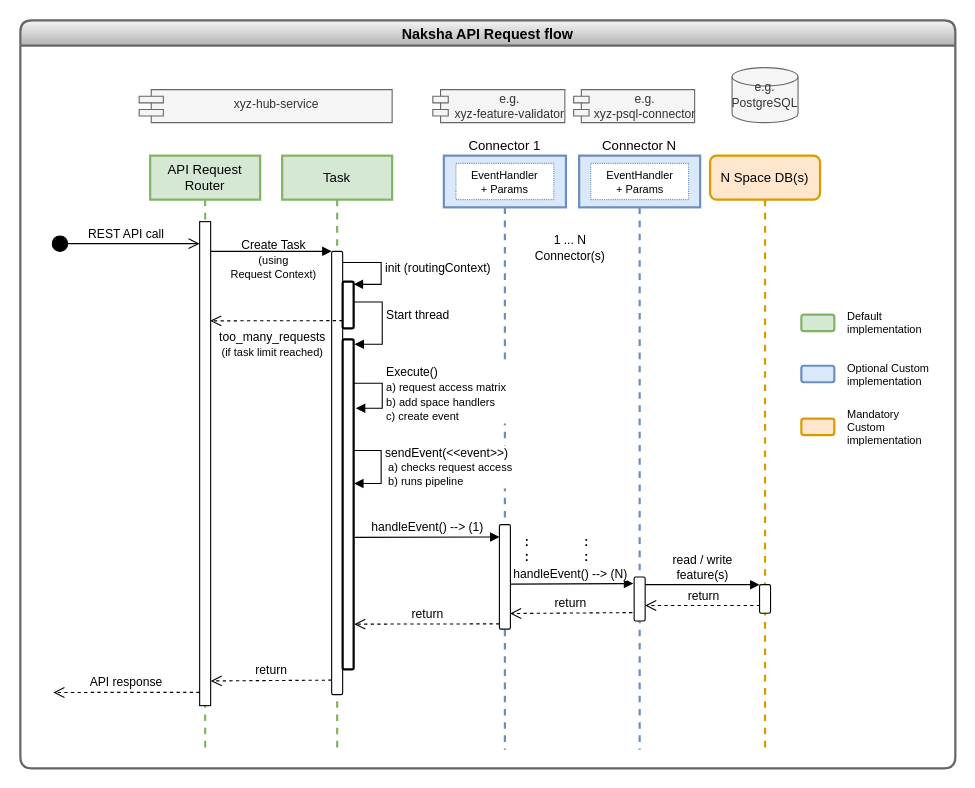
Earlier version of the draw.io diagram docs/diagrams/api_request_flow.drawio (heremaps/xyz-hub). Source tidied: cells renumbered, new cells numbered last; positions are measured from the earlier drawing's top-left corner, leaving out a move shared by most shapes. Both pictures are drawn from the tidied source at 110%, with x=0, y=0 at pixel (20, 20).
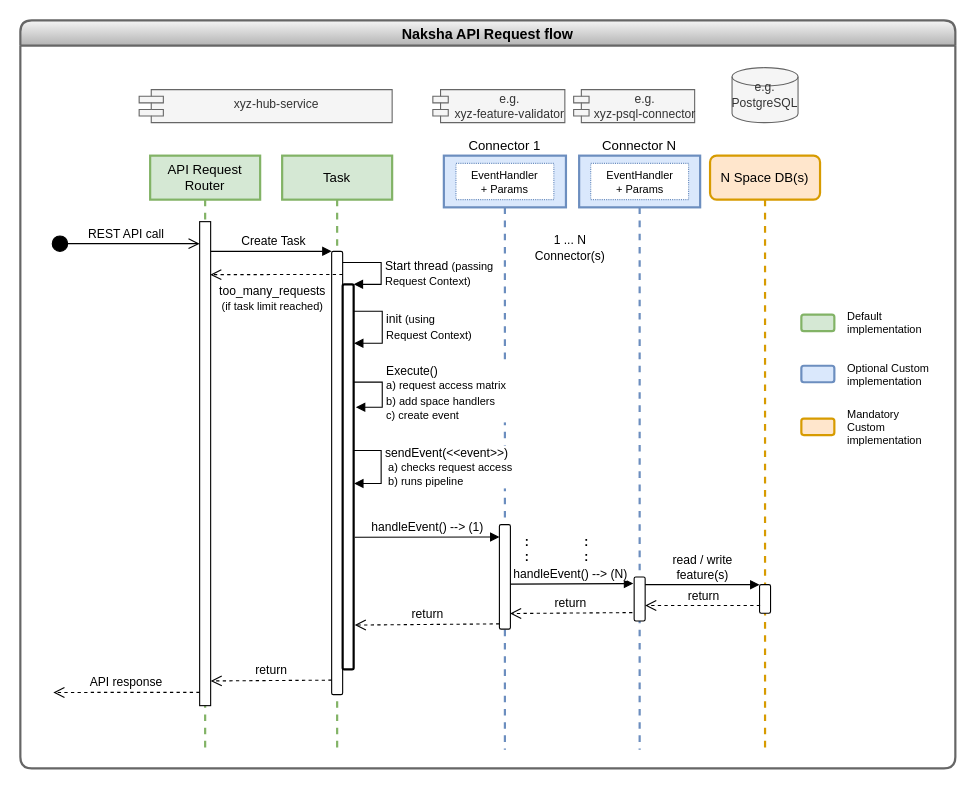
The same page after the edit.

Commit message (it also covers changes not shown here):
Updated request flow diagram

Unchanged cells that the change refers to:
```xml
<mxCell id="3" style="html=1;points=[];perimeter=orthogonalPerimeter;" parent="2" vertex="1">
  <mxGeometry x="45" y="60" width="10" height="440" as="geometry" />
</mxCell>
<mxCell id="5" value="Task" style="shape=umlLifeline;perimeter=lifelinePerimeter;whiteSpace=wrap;html=1;fillColor=#d5e8d4;strokeColor=#82b366;strokeWidth=2;" parent="1" vertex="1">
  <mxGeometry x="238" y="123" width="100" height="540" as="geometry" />
</mxCell>
<mxCell id="6" style="html=1;points=[];perimeter=orthogonalPerimeter;rounded=1;shadow=0;sketch=0;fontSize=11;strokeColor=#000000;strokeWidth=1;" parent="5" vertex="1">
  <mxGeometry x="45" y="87" width="10" height="403" as="geometry" />
</mxCell>
<mxCell id="12" value="Naksha API Request flow" style="swimlane;rounded=1;shadow=0;sketch=0;fontSize=13;strokeWidth=2;fillColor=#f5f5f5;gradientColor=#b3b3b3;strokeColor=#666666;" parent="1" vertex="1">
  <mxGeometry width="850" height="680" as="geometry" />
</mxCell>
<mxCell id="22" style="html=1;points=[];perimeter=orthogonalPerimeter;rounded=1;shadow=0;sketch=0;fontSize=11;strokeColor=#000000;strokeWidth=1;" parent="21" vertex="1">
  <mxGeometry x="50.5" y="335.4" width="10" height="95" as="geometry" />
</mxCell>
```

Change to the diagram source:
```diff
@@
-    <mxCell id="7" value="init (routingContext)" style="edgeStyle=orthogonalEdgeStyle;html=1;align=left;spacingLeft=2;endArrow=block;rounded=0;entryX=1;entryY=0;fontSize=11;exitX=1;exitY=0.025;exitDx=0;exitDy=0;exitPerimeter=0;" parent="5" edge="1" source="6">
-      <mxGeometry relative="1" as="geometry">
+    <mxCell id="7" value="Start thread &lt;font style=&quot;font-size: 10px&quot;&gt;(passing&amp;nbsp;&lt;br&gt;Request Context)&lt;/font&gt;" style="edgeStyle=orthogonalEdgeStyle;html=1;align=left;spacingLeft=2;endArrow=block;rounded=0;entryX=1;entryY=0;fontSize=11;exitX=1;exitY=0.025;exitDx=0;exitDy=0;exitPerimeter=0;" parent="5" edge="1" source="6">
+      <mxGeometry x="0.12" relative="1" as="geometry">
         <mxPoint x="65" y="117" as="targetPoint" />
         <Array as="points">
           <mxPoint x="90" y="97" />
           <mxPoint x="90" y="117" />
         </Array>
       </mxGeometry>
     </mxCell>
@@
-    <mxCell id="19" value="Start thread" style="edgeStyle=orthogonalEdgeStyle;html=1;align=left;spacingLeft=2;endArrow=block;rounded=0;entryX=1;entryY=0;fontSize=11;exitX=0.9;exitY=0.74;exitDx=0;exitDy=0;exitPerimeter=0;" parent="12" edge="1" source="40">
+    <mxCell id="19" value="init &lt;font style=&quot;font-size: 10px&quot;&gt;(using &lt;br&gt;Request Context)&lt;/font&gt;" style="edgeStyle=orthogonalEdgeStyle;html=1;align=left;spacingLeft=2;endArrow=block;rounded=0;entryX=1.031;entryY=0.153;fontSize=11;exitX=1.031;exitY=0.447;exitDx=0;exitDy=0;exitPerimeter=0;entryDx=0;entryDy=0;entryPerimeter=0;" parent="12" edge="1" target="20">
       <mxGeometry relative="1" as="geometry">
-        <mxPoint x="303.8" y="294.5" as="targetPoint" />
+        <mxPoint x="303.3" y="264.5" as="sourcePoint" />
         <Array as="points">
-          <mxPoint x="329" y="256" />
-          <mxPoint x="329" y="295" />
+          <mxPoint x="329" y="264" />
+          <mxPoint x="329" y="294" />
+          <mxPoint x="303" y="294" />
         </Array>
       </mxGeometry>
     </mxCell>
     <mxCell id="20" style="html=1;points=[];perimeter=orthogonalPerimeter;rounded=1;shadow=0;sketch=0;fontSize=11;strokeColor=#000000;strokeWidth=2;" parent="12" vertex="1">
-      <mxGeometry x="293" y="290" width="10" height="300" as="geometry" />
+      <mxGeometry x="293" y="240" width="10" height="350" as="geometry" />
     </mxCell>
@@
-    <mxCell id="31" value="handleEvent() --&amp;gt; (1)" style="html=1;verticalAlign=bottom;endArrow=block;entryX=0.01;entryY=0.118;rounded=0;fontSize=11;entryDx=0;entryDy=0;entryPerimeter=0;exitX=1.1;exitY=0.6;exitDx=0;exitDy=0;exitPerimeter=0;" parent="12" edge="1" source="20" target="22">
+    <mxCell id="31" value="handleEvent() --&amp;gt; (1)" style="html=1;verticalAlign=bottom;endArrow=block;entryX=0.01;entryY=0.118;rounded=0;fontSize=11;entryDx=0;entryDy=0;entryPerimeter=0;exitX=1.1;exitY=0.657;exitDx=0;exitDy=0;exitPerimeter=0;" parent="12" edge="1" source="20" target="22">
       <mxGeometry relative="1" as="geometry" />
     </mxCell>
@@
-    <mxCell id="34" value="return" style="html=1;verticalAlign=bottom;endArrow=open;dashed=1;endSize=8;exitX=0;exitY=0.95;rounded=0;fontSize=11;entryX=1.05;entryY=0.863;entryDx=0;entryDy=0;entryPerimeter=0;" parent="12" edge="1" source="22" target="20">
+    <mxCell id="34" value="return" style="html=1;verticalAlign=bottom;endArrow=open;dashed=1;endSize=8;exitX=0;exitY=0.95;rounded=0;fontSize=11;entryX=1.1;entryY=0.885;entryDx=0;entryDy=0;entryPerimeter=0;" parent="12" edge="1" source="22" target="20">
       <mxGeometry relative="1" as="geometry" />
     </mxCell>
@@
-    <mxCell id="40" style="html=1;points=[];perimeter=orthogonalPerimeter;rounded=1;shadow=0;sketch=0;fontSize=11;strokeColor=#000000;strokeWidth=2;" parent="12" vertex="1">
-      <mxGeometry x="293" y="237.5" width="10" height="42.5" as="geometry" />
-    </mxCell>
     <mxCell id="41" value="Execute()&lt;br&gt;&lt;font style=&quot;font-size: 10px&quot;&gt;a) request access matrix&lt;br&gt;b) add space handlers&lt;br&gt;c) create event&lt;/font&gt;" style="edgeStyle=orthogonalEdgeStyle;html=1;align=left;spacingLeft=2;endArrow=block;rounded=0;fontSize=11;exitX=1;exitY=0.043;exitDx=0;exitDy=0;exitPerimeter=0;entryX=1.2;entryY=0.119;entryDx=0;entryDy=0;entryPerimeter=0;" parent="12" edge="1">
       <mxGeometry relative="1" as="geometry">
-        <mxPoint x="303" y="329.9" as="sourcePoint" />
-        <mxPoint x="305" y="352.7" as="targetPoint" />
+        <mxPoint x="303" y="328.9" as="sourcePoint" />
+        <mxPoint x="305" y="351.7" as="targetPoint" />
         <Array as="points">
-          <mxPoint x="329" y="330" />
-          <mxPoint x="329" y="353" />
+          <mxPoint x="329" y="329" />
+          <mxPoint x="329" y="352" />
         </Array>
       </mxGeometry>
     </mxCell>
@@
-    <mxCell id="43" value="Create Task&lt;br&gt;&lt;font style=&quot;font-size: 10px&quot;&gt;(using&lt;br&gt;Request Context)&lt;/font&gt;" style="html=1;verticalAlign=bottom;endArrow=block;entryX=0;entryY=0;rounded=0;fontSize=11;labelBackgroundColor=none;" parent="1" edge="1" target="6">
-      <mxGeometry x="0.04" y="-30" relative="1" as="geometry">
+    <mxCell id="43" value="Create Task" style="html=1;verticalAlign=bottom;endArrow=block;entryX=0;entryY=0;rounded=0;fontSize=11;labelBackgroundColor=none;" parent="1" edge="1" target="6">
+      <mxGeometry x="0.04" relative="1" as="geometry">
         <mxPoint x="173" y="210" as="sourcePoint" />
       </mxGeometry>
     </mxCell>
-    <mxCell id="44" value="too_many_requests&lt;br style=&quot;font-size: 11px&quot;&gt;&lt;font style=&quot;font-size: 10px&quot;&gt;(if task limit reached)&lt;/font&gt;" style="html=1;verticalAlign=middle;endArrow=open;dashed=1;endSize=8;rounded=0;fontSize=11;labelBackgroundColor=none;exitX=0;exitY=0.835;exitDx=0;exitDy=0;exitPerimeter=0;entryX=0.957;entryY=0.205;entryDx=0;entryDy=0;entryPerimeter=0;" parent="1" edge="1" source="40" target="3">
-      <mxGeometry x="0.06" y="22" relative="1" as="geometry" />
+    <mxCell id="44" value="too_many_requests&lt;br style=&quot;font-size: 11px&quot;&gt;&lt;font style=&quot;font-size: 10px&quot;&gt;(if task limit reached)&lt;/font&gt;" style="html=1;verticalAlign=middle;endArrow=open;dashed=1;endSize=8;rounded=0;fontSize=11;labelBackgroundColor=none;exitX=0;exitY=0.835;exitDx=0;exitDy=0;exitPerimeter=0;entryX=0.957;entryY=0.205;entryDx=0;entryDy=0;entryPerimeter=0;" parent="1" edge="1">
+      <mxGeometry x="0.06" y="22" relative="1" as="geometry">
+        <mxPoint x="293" y="231" as="sourcePoint" />
+        <mxPoint x="172.6" y="231.2" as="targetPoint" />
+      </mxGeometry>
     </mxCell>
```
